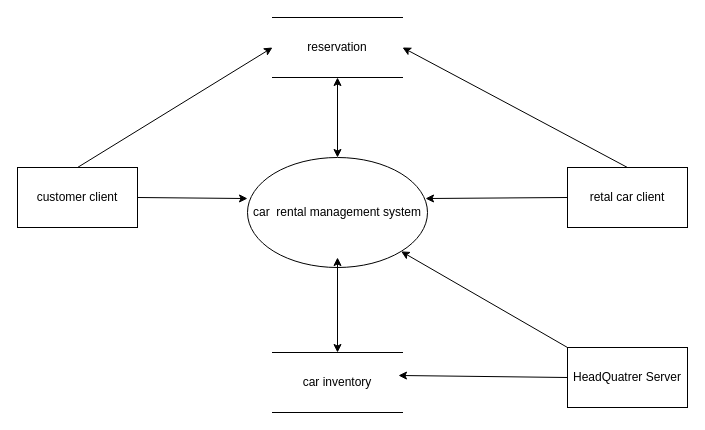
Before: 제목 없는 다이어그램.drawio in my-rtle/SpringBootStudy, a draw.io diagram. Source tidied: cells renumbered, new cells numbered last; positions are measured from the earlier drawing's top-left corner, leaving out a move shared by most shapes. Both pictures are drawn from the tidied source at 100%, with x=0, y=0 at pixel (17, 17).
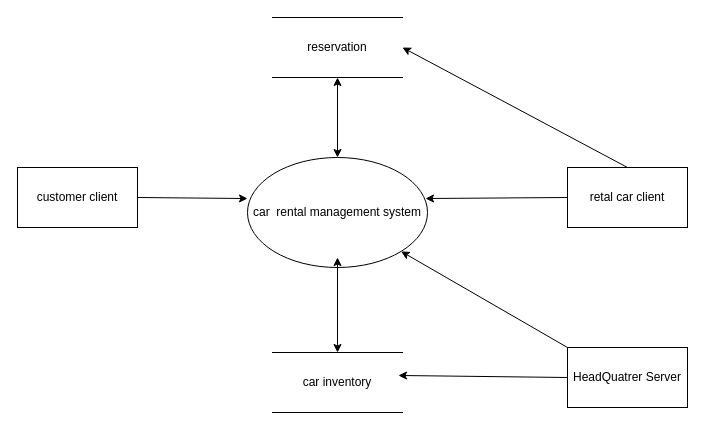
The same page after the edit.

Commit message (it also covers changes not shown here):
제목 없는 다이어그램.drawio 업데이트

What changed in the source:
```diff
@@
 <mxGraphModel background="#ffffff">
   <root>
     <mxCell id="0" />
     <mxCell id="1" parent="0" />
     <mxCell id="2" value="car inventory" style="shape=partialRectangle;whiteSpace=wrap;html=1;left=0;right=0;fillColor=none;" parent="1" vertex="1">
       <mxGeometry x="255" y="335" width="130" height="60" as="geometry" />
     </mxCell>
     <mxCell id="3" value="retal car client" style="rounded=0;whiteSpace=wrap;html=1;" parent="1" vertex="1">
       <mxGeometry x="550" y="150" width="120" height="60" as="geometry" />
     </mxCell>
     <mxCell id="4" value="HeadQuatrer Server" style="rounded=0;whiteSpace=wrap;html=1;" parent="1" vertex="1">
       <mxGeometry x="550" y="330" width="120" height="60" as="geometry" />
     </mxCell>
     <mxCell id="5" value="customer client" style="rounded=0;whiteSpace=wrap;html=1;" parent="1" vertex="1">
       <mxGeometry y="150" width="120" height="60" as="geometry" />
     </mxCell>
     <mxCell id="6" value="car&amp;nbsp; rental management system" style="ellipse;whiteSpace=wrap;html=1;" parent="1" vertex="1">
       <mxGeometry x="230" y="140" width="180" height="110" as="geometry" />
     </mxCell>
     <mxCell id="7" style="endArrow=classic;html=1;rounded=0;exitX=1;exitY=0.5;exitDx=0;exitDy=0;entryX=0;entryY=0.373;entryDx=0;entryDy=0;entryPerimeter=0;" parent="1" edge="1" source="5" target="6">
       <mxGeometry relative="1" as="geometry" />
     </mxCell>
     <mxCell id="8" style="endArrow=classic;html=1;rounded=0;exitX=0;exitY=0.5;exitDx=0;exitDy=0;entryX=0.989;entryY=0.373;entryDx=0;entryDy=0;entryPerimeter=0;" parent="1" edge="1" source="3" target="6">
       <mxGeometry relative="1" as="geometry" />
     </mxCell>
     <mxCell id="9" style="endArrow=classic;startArrow=classic;html=1;rounded=0;entryX=0.5;entryY=0.909;entryDx=0;entryDy=0;entryPerimeter=0;" parent="1" edge="1" source="2" target="6">
       <mxGeometry relative="1" as="geometry" />
     </mxCell>
     <mxCell id="10" style="endArrow=classic;html=1;rounded=0;exitX=0;exitY=0.5;exitDx=0;exitDy=0;entryX=0.969;entryY=0.383;entryDx=0;entryDy=0;entryPerimeter=0;" parent="1" edge="1" source="4" target="2">
       <mxGeometry relative="1" as="geometry" />
     </mxCell>
     <mxCell id="11" style="endArrow=classic;html=1;rounded=0;exitX=0;exitY=0;exitDx=0;exitDy=0;entryX=1;entryY=1;entryDx=0;entryDy=0;" parent="1" edge="1" source="4" target="6">
       <mxGeometry relative="1" as="geometry" />
     </mxCell>
     <mxCell id="12" value="reservation" style="shape=partialRectangle;whiteSpace=wrap;html=1;left=0;right=0;fillColor=none;" parent="1" vertex="1">
       <mxGeometry x="255" width="130" height="60" as="geometry" />
     </mxCell>
-    <mxCell id="13" style="endArrow=classic;html=1;rounded=0;exitX=0.5;exitY=0;exitDx=0;exitDy=0;entryX=0;entryY=0.5;entryDx=0;entryDy=0;" parent="1" edge="1" source="5" target="12">
-      <mxGeometry relative="1" as="geometry" />
-    </mxCell>
     <mxCell id="14" style="endArrow=classic;html=1;rounded=0;exitX=0.5;exitY=0;exitDx=0;exitDy=0;entryX=1;entryY=0.5;entryDx=0;entryDy=0;" parent="1" edge="1" source="3" target="12">
       <mxGeometry relative="1" as="geometry" />
     </mxCell>
     <mxCell id="15" style="endArrow=classic;startArrow=classic;html=1;rounded=0;entryX=0.5;entryY=1;entryDx=0;entryDy=0;exitX=0.5;exitY=0;exitDx=0;exitDy=0;" parent="1" edge="1" source="6" target="12">
       <mxGeometry relative="1" as="geometry" />
     </mxCell>
   </root>
 </mxGraphModel>
```
